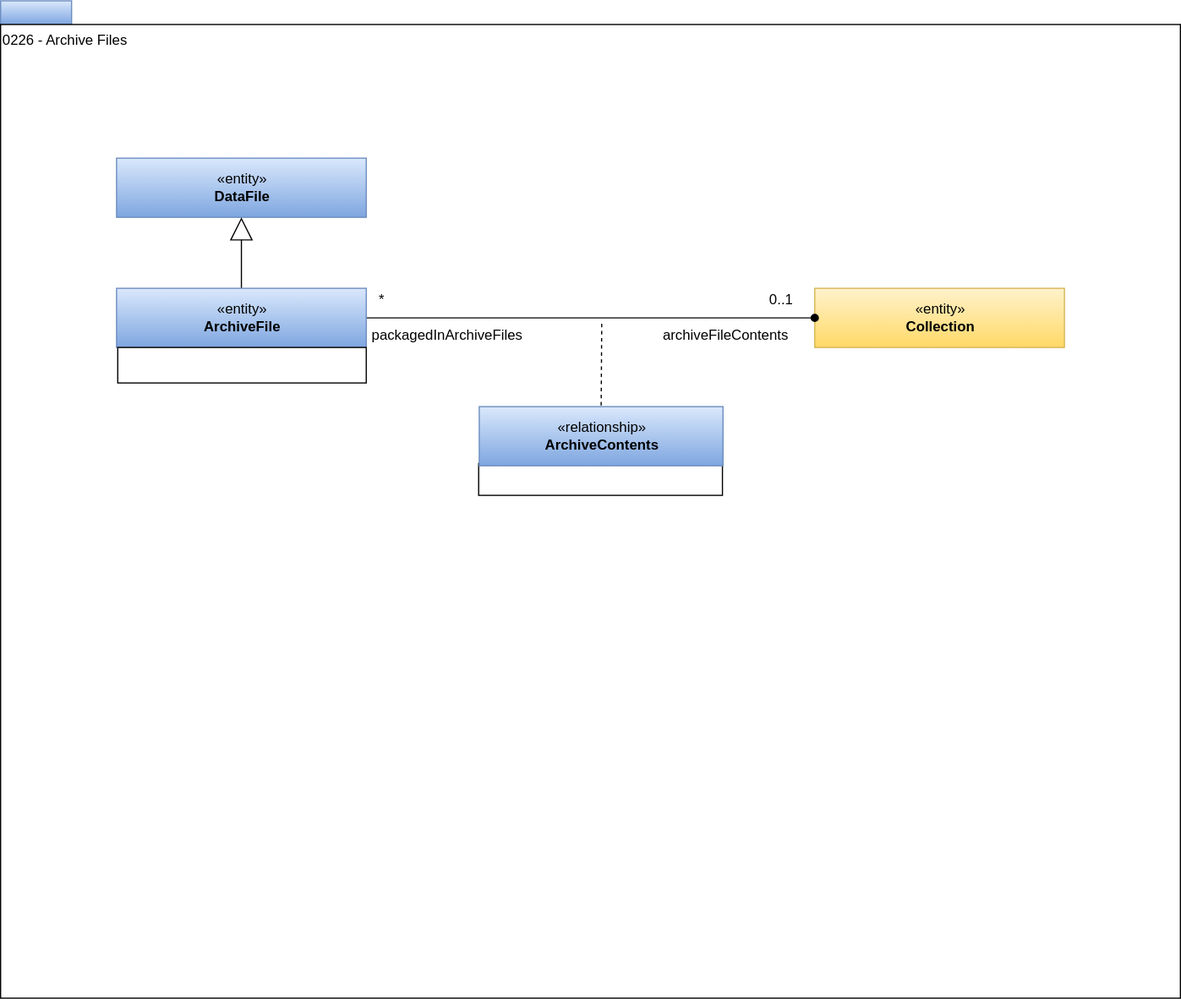
Before: site/docs/types/2/0226-Archive-Files.svg, a diagram exported from draw.io (odpi/egeria-docs). Source tidied: cells renumbered, new cells last; positions are measured from the earlier drawing's top-left corner, leaving out a move shared by most shapes. Its diagram source:
```xml
<mxGraphModel>
  <root>
    <mxCell id="0" />
    <mxCell id="1" parent="0" />
    <mxCell id="2" style="rounded=0;whiteSpace=wrap;html=1;align=left;fillColor=#dae8fc;strokeColor=#6c8ebf;gradientColor=#7ea6e0;" parent="1" vertex="1">
      <mxGeometry width="60" height="20" as="geometry" />
    </mxCell>
    <mxCell id="3" value="0226 - Archive Files" style="rounded=0;whiteSpace=wrap;html=1;align=left;verticalAlign=top;" parent="1" vertex="1">
      <mxGeometry y="20" width="997" height="823" as="geometry" />
    </mxCell>
    <mxCell id="4" style="endArrow=none;dashed=1;html=1;entryX=0.5;entryY=0;entryDx=0;entryDy=0;" parent="1" edge="1" target="6">
      <mxGeometry relative="1" as="geometry">
        <mxPoint x="508" y="273" as="sourcePoint" />
      </mxGeometry>
    </mxCell>
    <mxCell id="5" style="rounded=0;whiteSpace=wrap;html=1;strokeColor=#000000;gradientColor=#ffffff;align=left;" parent="1" vertex="1">
      <mxGeometry x="404" y="391" width="206" height="27" as="geometry" />
    </mxCell>
    <mxCell id="6" value="«relationship»&lt;br&gt;&lt;b&gt;ArchiveContents&lt;/b&gt;" style="html=1;strokeColor=#6c8ebf;align=center;fillColor=#dae8fc;gradientColor=#7ea6e0;" parent="1" vertex="1">
      <mxGeometry x="404.5" y="343" width="206" height="50" as="geometry" />
    </mxCell>
    <mxCell id="7" value="packagedInArchiveFiles" style="text;html=1;align=left;verticalAlign=top;spacingTop=-4;" parent="1" vertex="1">
      <mxGeometry x="312" y="273" width="150" height="20" as="geometry" />
    </mxCell>
    <mxCell id="8" value="*" style="text;html=1;align=left;verticalAlign=top;spacingTop=-4;" parent="1" vertex="1">
      <mxGeometry x="318" y="243" width="30" height="20" as="geometry" />
    </mxCell>
    <mxCell id="9" value="archiveFileContents" style="text;html=1;align=left;verticalAlign=top;spacingTop=-4;" parent="1" vertex="1">
      <mxGeometry x="558" y="273" width="130" height="20" as="geometry" />
    </mxCell>
    <mxCell id="10" value="0..1" style="text;html=1;align=left;verticalAlign=top;spacingTop=-4;" parent="1" vertex="1">
      <mxGeometry x="648" y="243" width="40" height="20" as="geometry" />
    </mxCell>
    <mxCell id="11" value="«entity»&lt;br&gt;&lt;b&gt;Collection&lt;/b&gt;" style="html=1;strokeColor=#d6b656;align=center;fillColor=#fff2cc;gradientColor=#ffd966;" parent="1" vertex="1">
      <mxGeometry x="688" y="243" width="211" height="50" as="geometry" />
    </mxCell>
    <mxCell id="12" style="edgeStyle=orthogonalEdgeStyle;rounded=0;jettySize=auto;html=1;entryX=0;entryY=0.5;entryDx=0;entryDy=0;endArrow=oval;endFill=1;exitX=1;exitY=0.5;exitDx=0;exitDy=0;" parent="1" edge="1" source="15" target="11">
      <mxGeometry relative="1" as="geometry" />
    </mxCell>
    <mxCell id="13" value="«entity»&lt;br&gt;&lt;b&gt;DataFile&lt;/b&gt;" style="html=1;strokeColor=#6c8ebf;align=center;fillColor=#dae8fc;gradientColor=#7ea6e0;" parent="1" vertex="1">
      <mxGeometry x="98" y="133" width="211" height="50" as="geometry" />
    </mxCell>
    <mxCell id="14" style="edgeStyle=orthogonalEdgeStyle;rounded=0;jettySize=auto;html=1;exitX=0.5;exitY=0;exitDx=0;exitDy=0;endArrow=block;endFill=0;endSize=17;" parent="1" edge="1" source="15" target="13">
      <mxGeometry relative="1" as="geometry" />
    </mxCell>
    <mxCell id="15" value="«entity»&lt;br&gt;&lt;b&gt;ArchiveFile&lt;/b&gt;" style="html=1;strokeColor=#6c8ebf;align=center;fillColor=#dae8fc;gradientColor=#7ea6e0;" parent="1" vertex="1">
      <mxGeometry x="98" y="243" width="211" height="50" as="geometry" />
    </mxCell>
    <mxCell id="16" style="rounded=0;whiteSpace=wrap;html=1;strokeColor=#000000;gradientColor=#ffffff;align=left;" parent="1" vertex="1">
      <mxGeometry x="99" y="293" width="210" height="30" as="geometry" />
    </mxCell>
  </root>
</mxGraphModel>
```
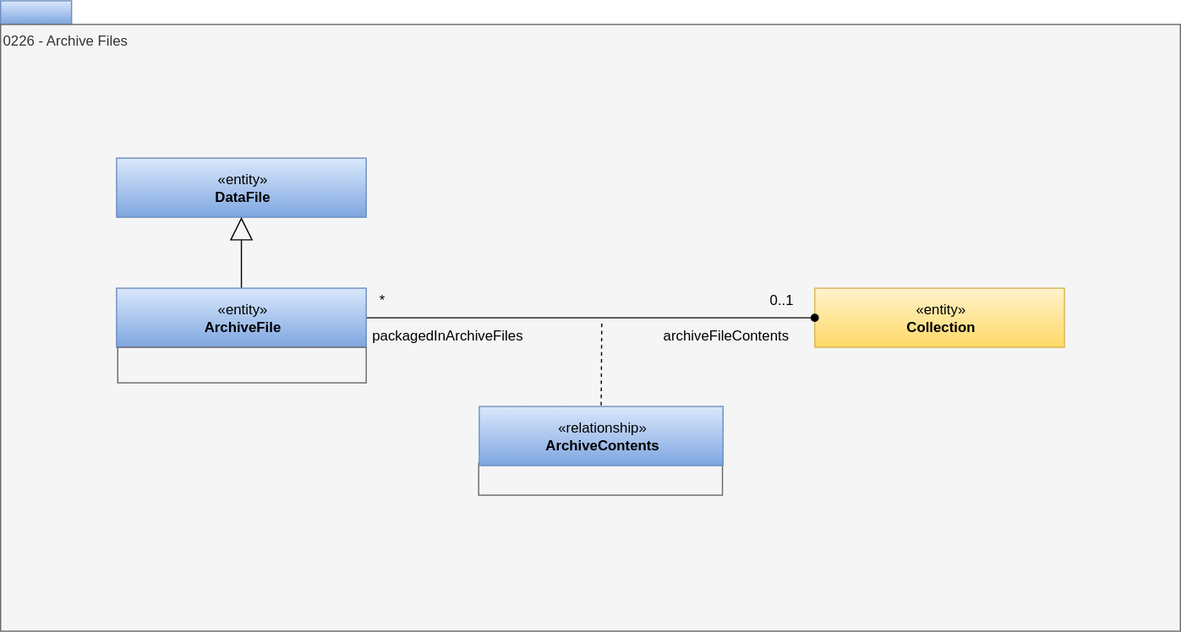
The same diagram one commit later.

The edit, as a diff of the source:
```diff
@@ -5,15 +5,15 @@
     <mxCell id="2" style="rounded=0;whiteSpace=wrap;html=1;align=left;fillColor=#dae8fc;strokeColor=#6c8ebf;gradientColor=#7ea6e0;" parent="1" vertex="1">
       <mxGeometry width="60" height="20" as="geometry" />
     </mxCell>
-    <mxCell id="3" value="0226 - Archive Files" style="rounded=0;whiteSpace=wrap;html=1;align=left;verticalAlign=top;" parent="1" vertex="1">
-      <mxGeometry y="20" width="997" height="823" as="geometry" />
+    <mxCell id="3" value="0226 - Archive Files" style="rounded=0;whiteSpace=wrap;html=1;align=left;verticalAlign=top;fillColor=#f5f5f5;fontColor=#333333;strokeColor=#666666;" parent="1" vertex="1">
+      <mxGeometry y="20" width="997" height="513" as="geometry" />
     </mxCell>
     <mxCell id="4" style="endArrow=none;dashed=1;html=1;entryX=0.5;entryY=0;entryDx=0;entryDy=0;" parent="1" edge="1" target="6">
       <mxGeometry relative="1" as="geometry">
         <mxPoint x="508" y="273" as="sourcePoint" />
       </mxGeometry>
     </mxCell>
-    <mxCell id="5" style="rounded=0;whiteSpace=wrap;html=1;strokeColor=#000000;gradientColor=#ffffff;align=left;" parent="1" vertex="1">
+    <mxCell id="5" style="rounded=0;whiteSpace=wrap;html=1;strokeColor=#666666;align=left;fillColor=#f5f5f5;fontColor=#333333;" parent="1" vertex="1">
       <mxGeometry x="404" y="391" width="206" height="27" as="geometry" />
     </mxCell>
     <mxCell id="6" value="«relationship»&lt;br&gt;&lt;b&gt;ArchiveContents&lt;/b&gt;" style="html=1;strokeColor=#6c8ebf;align=center;fillColor=#dae8fc;gradientColor=#7ea6e0;" parent="1" vertex="1">
@@ -46,7 +46,7 @@
     <mxCell id="15" value="«entity»&lt;br&gt;&lt;b&gt;ArchiveFile&lt;/b&gt;" style="html=1;strokeColor=#6c8ebf;align=center;fillColor=#dae8fc;gradientColor=#7ea6e0;" parent="1" vertex="1">
       <mxGeometry x="98" y="243" width="211" height="50" as="geometry" />
     </mxCell>
-    <mxCell id="16" style="rounded=0;whiteSpace=wrap;html=1;strokeColor=#000000;gradientColor=#ffffff;align=left;" parent="1" vertex="1">
+    <mxCell id="16" style="rounded=0;whiteSpace=wrap;html=1;strokeColor=#666666;align=left;fillColor=#f5f5f5;fontColor=#333333;" parent="1" vertex="1">
       <mxGeometry x="99" y="293" width="210" height="30" as="geometry" />
     </mxCell>
   </root>
```
